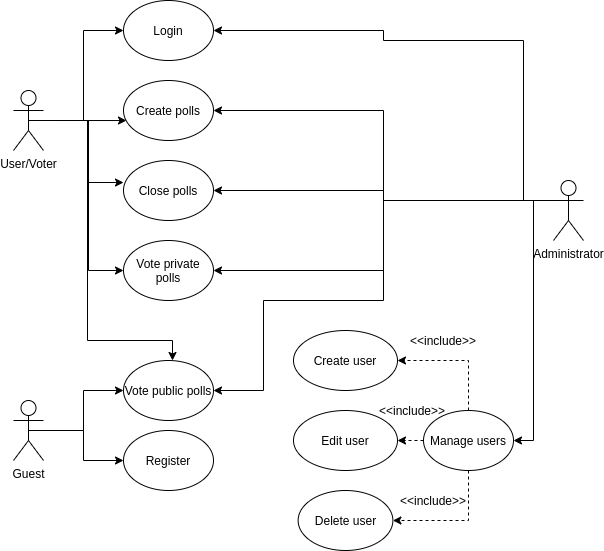
Above: designdocument/assets/usecases.png in DAT250-Project-Groups-1/Design-and-Prototyping-Assignment-A (draw.io), before the change. Source tidied: cells renumbered, new cells last; positions are measured from the earlier drawing's top-left corner, leaving out a move shared by most shapes. The source it was exported from:
```xml
<mxGraphModel>
  <root>
    <mxCell id="0" />
    <mxCell id="1" parent="0" />
    <mxCell id="2" style="edgeStyle=orthogonalEdgeStyle;rounded=0;jettySize=auto;html=1;entryX=0;entryY=0.5;entryDx=0;entryDy=0;" parent="1" edge="1" target="18">
      <mxGeometry relative="1" as="geometry">
        <mxPoint x="30" y="120" as="sourcePoint" />
        <Array as="points">
          <mxPoint x="30" y="120" />
          <mxPoint x="70" y="120" />
          <mxPoint x="70" y="30" />
        </Array>
      </mxGeometry>
    </mxCell>
    <mxCell id="3" style="edgeStyle=orthogonalEdgeStyle;rounded=0;jettySize=auto;html=1;exitX=0.5;exitY=0.5;exitDx=0;exitDy=0;exitPerimeter=0;entryX=0.033;entryY=0.667;entryDx=0;entryDy=0;entryPerimeter=0;" parent="1" edge="1" source="7" target="19">
      <mxGeometry relative="1" as="geometry" />
    </mxCell>
    <mxCell id="4" style="edgeStyle=orthogonalEdgeStyle;rounded=0;jettySize=auto;html=1;entryX=0;entryY=0.367;entryDx=0;entryDy=0;entryPerimeter=0;" parent="1" edge="1" target="21">
      <mxGeometry relative="1" as="geometry">
        <mxPoint x="40" y="120" as="sourcePoint" />
      </mxGeometry>
    </mxCell>
    <mxCell id="5" style="edgeStyle=orthogonalEdgeStyle;rounded=0;jettySize=auto;html=1;entryX=0;entryY=0.5;entryDx=0;entryDy=0;" parent="1" edge="1" target="23">
      <mxGeometry relative="1" as="geometry">
        <mxPoint x="40" y="120" as="sourcePoint" />
      </mxGeometry>
    </mxCell>
    <mxCell id="6" style="edgeStyle=orthogonalEdgeStyle;rounded=0;orthogonalLoop=1;jettySize=auto;html=1;exitX=0.5;exitY=0.5;exitDx=0;exitDy=0;exitPerimeter=0;entryX=0.5;entryY=0;entryDx=0;entryDy=0;" parent="1" edge="1">
      <mxGeometry relative="1" as="geometry">
        <mxPoint x="19" y="120" as="sourcePoint" />
        <mxPoint x="159" y="360" as="targetPoint" />
        <Array as="points">
          <mxPoint x="74" y="120" />
          <mxPoint x="74" y="340" />
          <mxPoint x="159" y="340" />
        </Array>
      </mxGeometry>
    </mxCell>
    <mxCell id="7" value="User/Voter" style="shape=umlActor;verticalLabelPosition=bottom;verticalAlign=top;html=1;outlineConnect=0;" parent="1" vertex="1">
      <mxGeometry y="90" width="30" height="60" as="geometry" />
    </mxCell>
    <mxCell id="8" style="edgeStyle=orthogonalEdgeStyle;rounded=0;jettySize=auto;html=1;exitX=0;exitY=0.3333333333333333;exitDx=0;exitDy=0;exitPerimeter=0;entryX=1;entryY=0.5;entryDx=0;entryDy=0;" parent="1" edge="1" source="14" target="27">
      <mxGeometry relative="1" as="geometry" />
    </mxCell>
    <mxCell id="9" style="edgeStyle=orthogonalEdgeStyle;rounded=0;jettySize=auto;html=1;entryX=1;entryY=0.5;entryDx=0;entryDy=0;" parent="1" edge="1" target="18">
      <mxGeometry relative="1" as="geometry">
        <mxPoint x="530" y="200" as="sourcePoint" />
        <Array as="points">
          <mxPoint x="530" y="200" />
          <mxPoint x="510" y="200" />
          <mxPoint x="510" y="40" />
          <mxPoint x="370" y="40" />
          <mxPoint x="370" y="30" />
        </Array>
      </mxGeometry>
    </mxCell>
    <mxCell id="10" style="edgeStyle=orthogonalEdgeStyle;rounded=0;jettySize=auto;html=1;exitX=0;exitY=0.3333333333333333;exitDx=0;exitDy=0;exitPerimeter=0;entryX=1;entryY=0.5;entryDx=0;entryDy=0;" parent="1" edge="1" source="14" target="19">
      <mxGeometry relative="1" as="geometry" />
    </mxCell>
    <mxCell id="11" style="edgeStyle=orthogonalEdgeStyle;rounded=0;jettySize=auto;html=1;exitX=0;exitY=0.3333333333333333;exitDx=0;exitDy=0;exitPerimeter=0;entryX=1;entryY=0.5;entryDx=0;entryDy=0;" parent="1" edge="1" source="14" target="21">
      <mxGeometry relative="1" as="geometry" />
    </mxCell>
    <mxCell id="12" style="edgeStyle=orthogonalEdgeStyle;rounded=0;jettySize=auto;html=1;exitX=0;exitY=0.3333333333333333;exitDx=0;exitDy=0;exitPerimeter=0;entryX=1;entryY=0.5;entryDx=0;entryDy=0;" parent="1" edge="1" source="14" target="23">
      <mxGeometry relative="1" as="geometry" />
    </mxCell>
    <mxCell id="13" style="edgeStyle=orthogonalEdgeStyle;rounded=0;jettySize=auto;html=1;exitX=0;exitY=0.3333333333333333;exitDx=0;exitDy=0;exitPerimeter=0;entryX=1;entryY=0.5;entryDx=0;entryDy=0;" parent="1" edge="1" source="14" target="22">
      <mxGeometry relative="1" as="geometry">
        <Array as="points">
          <mxPoint x="370" y="200" />
          <mxPoint x="370" y="300" />
          <mxPoint x="250" y="300" />
          <mxPoint x="250" y="390" />
        </Array>
      </mxGeometry>
    </mxCell>
    <mxCell id="14" value="Administrator&lt;br&gt;" style="shape=umlActor;verticalLabelPosition=bottom;verticalAlign=top;html=1;outlineConnect=0;" parent="1" vertex="1">
      <mxGeometry x="540" y="180" width="30" height="60" as="geometry" />
    </mxCell>
    <mxCell id="15" style="edgeStyle=orthogonalEdgeStyle;rounded=0;jettySize=auto;html=1;" parent="1" edge="1" target="20">
      <mxGeometry relative="1" as="geometry">
        <mxPoint x="30" y="430" as="sourcePoint" />
      </mxGeometry>
    </mxCell>
    <mxCell id="16" style="edgeStyle=orthogonalEdgeStyle;rounded=0;jettySize=auto;html=1;exitX=0.5;exitY=0.5;exitDx=0;exitDy=0;exitPerimeter=0;" parent="1" edge="1" source="17" target="22">
      <mxGeometry relative="1" as="geometry" />
    </mxCell>
    <mxCell id="17" value="Guest&lt;br&gt;" style="shape=umlActor;verticalLabelPosition=bottom;verticalAlign=top;html=1;outlineConnect=0;" parent="1" vertex="1">
      <mxGeometry y="400" width="30" height="60" as="geometry" />
    </mxCell>
    <mxCell id="18" value="Login" style="ellipse;whiteSpace=wrap;html=1;" parent="1" vertex="1">
      <mxGeometry x="110" width="90" height="60" as="geometry" />
    </mxCell>
    <mxCell id="19" value="Create polls" style="ellipse;whiteSpace=wrap;html=1;" parent="1" vertex="1">
      <mxGeometry x="110" y="80" width="90" height="60" as="geometry" />
    </mxCell>
    <mxCell id="20" value="Register" style="ellipse;whiteSpace=wrap;html=1;" parent="1" vertex="1">
      <mxGeometry x="110" y="430" width="90" height="60" as="geometry" />
    </mxCell>
    <mxCell id="21" value="Close polls" style="ellipse;whiteSpace=wrap;html=1;" parent="1" vertex="1">
      <mxGeometry x="110" y="160" width="90" height="60" as="geometry" />
    </mxCell>
    <mxCell id="22" value="Vote public polls" style="ellipse;whiteSpace=wrap;html=1;" parent="1" vertex="1">
      <mxGeometry x="110" y="360" width="90" height="60" as="geometry" />
    </mxCell>
    <mxCell id="23" value="Vote private polls" style="ellipse;whiteSpace=wrap;html=1;" parent="1" vertex="1">
      <mxGeometry x="110" y="240" width="90" height="60" as="geometry" />
    </mxCell>
    <mxCell id="24" style="edgeStyle=orthogonalEdgeStyle;rounded=0;jettySize=auto;html=1;exitX=0.5;exitY=0;exitDx=0;exitDy=0;entryX=1;entryY=0.5;entryDx=0;entryDy=0;dashed=1;" parent="1" edge="1" source="27" target="29">
      <mxGeometry relative="1" as="geometry" />
    </mxCell>
    <mxCell id="25" style="edgeStyle=orthogonalEdgeStyle;rounded=0;jettySize=auto;html=1;exitX=0;exitY=0.5;exitDx=0;exitDy=0;entryX=1;entryY=0.5;entryDx=0;entryDy=0;dashed=1;" parent="1" edge="1" source="27" target="30">
      <mxGeometry relative="1" as="geometry" />
    </mxCell>
    <mxCell id="26" style="edgeStyle=orthogonalEdgeStyle;rounded=0;jettySize=auto;html=1;exitX=0.5;exitY=1;exitDx=0;exitDy=0;entryX=1;entryY=0.5;entryDx=0;entryDy=0;dashed=1;" parent="1" edge="1" source="27" target="28">
      <mxGeometry relative="1" as="geometry" />
    </mxCell>
    <mxCell id="27" value="Manage users" style="ellipse;whiteSpace=wrap;html=1;" parent="1" vertex="1">
      <mxGeometry x="410" y="410" width="90" height="60" as="geometry" />
    </mxCell>
    <mxCell id="28" value="Delete user" style="ellipse;whiteSpace=wrap;html=1;" parent="1" vertex="1">
      <mxGeometry x="284.6" y="490" width="94.8" height="60" as="geometry" />
    </mxCell>
    <mxCell id="29" value="Create user" style="ellipse;whiteSpace=wrap;html=1;" parent="1" vertex="1">
      <mxGeometry x="280" y="330" width="104" height="60" as="geometry" />
    </mxCell>
    <mxCell id="30" value="Edit user" style="ellipse;whiteSpace=wrap;html=1;" parent="1" vertex="1">
      <mxGeometry x="280" y="410" width="104" height="60" as="geometry" />
    </mxCell>
    <mxCell id="31" value="&amp;lt;&amp;lt;include&amp;gt;&amp;gt;" style="text;html=1;strokeColor=none;fillColor=none;align=center;verticalAlign=middle;whiteSpace=wrap;rounded=0;" parent="1" vertex="1">
      <mxGeometry x="410" y="330" width="40" height="20" as="geometry" />
    </mxCell>
    <mxCell id="32" value="&amp;lt;&amp;lt;include&amp;gt;&amp;gt;" style="text;html=1;strokeColor=none;fillColor=none;align=center;verticalAlign=middle;whiteSpace=wrap;rounded=0;" parent="1" vertex="1">
      <mxGeometry x="400" y="490" width="40" height="20" as="geometry" />
    </mxCell>
    <mxCell id="33" value="&amp;lt;&amp;lt;include&amp;gt;&amp;gt;" style="text;html=1;strokeColor=none;fillColor=none;align=center;verticalAlign=middle;whiteSpace=wrap;rounded=0;" parent="1" vertex="1">
      <mxGeometry x="379.4" y="400" width="40" height="20" as="geometry" />
    </mxCell>
  </root>
</mxGraphModel>
```
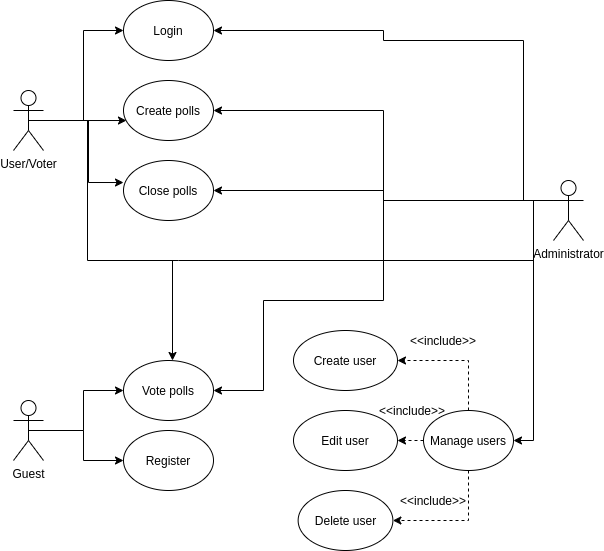
The same file after the commit.

The edit, as a diff of the source:
```diff
@@ -20,19 +20,14 @@
         <mxPoint x="40" y="120" as="sourcePoint" />
       </mxGeometry>
     </mxCell>
-    <mxCell id="5" style="edgeStyle=orthogonalEdgeStyle;rounded=0;jettySize=auto;html=1;entryX=0;entryY=0.5;entryDx=0;entryDy=0;" parent="1" edge="1" target="23">
-      <mxGeometry relative="1" as="geometry">
-        <mxPoint x="40" y="120" as="sourcePoint" />
-      </mxGeometry>
-    </mxCell>
     <mxCell id="6" style="edgeStyle=orthogonalEdgeStyle;rounded=0;orthogonalLoop=1;jettySize=auto;html=1;exitX=0.5;exitY=0.5;exitDx=0;exitDy=0;exitPerimeter=0;entryX=0.5;entryY=0;entryDx=0;entryDy=0;" parent="1" edge="1">
       <mxGeometry relative="1" as="geometry">
         <mxPoint x="19" y="120" as="sourcePoint" />
         <mxPoint x="159" y="360" as="targetPoint" />
         <Array as="points">
           <mxPoint x="74" y="120" />
-          <mxPoint x="74" y="340" />
-          <mxPoint x="159" y="340" />
+          <mxPoint x="74" y="260" />
+          <mxPoint x="159" y="260" />
         </Array>
       </mxGeometry>
     </mxCell>
@@ -60,8 +55,15 @@
     <mxCell id="11" style="edgeStyle=orthogonalEdgeStyle;rounded=0;jettySize=auto;html=1;exitX=0;exitY=0.3333333333333333;exitDx=0;exitDy=0;exitPerimeter=0;entryX=1;entryY=0.5;entryDx=0;entryDy=0;" parent="1" edge="1" source="14" target="21">
       <mxGeometry relative="1" as="geometry" />
     </mxCell>
-    <mxCell id="12" style="edgeStyle=orthogonalEdgeStyle;rounded=0;jettySize=auto;html=1;exitX=0;exitY=0.3333333333333333;exitDx=0;exitDy=0;exitPerimeter=0;entryX=1;entryY=0.5;entryDx=0;entryDy=0;" parent="1" edge="1" source="14" target="23">
-      <mxGeometry relative="1" as="geometry" />
+    <mxCell id="12" style="edgeStyle=orthogonalEdgeStyle;rounded=0;jettySize=auto;html=1;exitX=0;exitY=0.3333333333333333;exitDx=0;exitDy=0;exitPerimeter=0;endArrow=none;endFill=0;" parent="1" edge="1" source="14">
+      <mxGeometry relative="1" as="geometry">
+        <mxPoint x="155" y="260" as="targetPoint" />
+        <Array as="points">
+          <mxPoint x="520" y="200" />
+          <mxPoint x="520" y="260" />
+          <mxPoint x="165" y="260" />
+        </Array>
+      </mxGeometry>
     </mxCell>
     <mxCell id="13" style="edgeStyle=orthogonalEdgeStyle;rounded=0;jettySize=auto;html=1;exitX=0;exitY=0.3333333333333333;exitDx=0;exitDy=0;exitPerimeter=0;entryX=1;entryY=0.5;entryDx=0;entryDy=0;" parent="1" edge="1" source="14" target="22">
       <mxGeometry relative="1" as="geometry">
@@ -99,12 +101,9 @@
     <mxCell id="21" value="Close polls" style="ellipse;whiteSpace=wrap;html=1;" parent="1" vertex="1">
       <mxGeometry x="110" y="160" width="90" height="60" as="geometry" />
     </mxCell>
-    <mxCell id="22" value="Vote public polls" style="ellipse;whiteSpace=wrap;html=1;" parent="1" vertex="1">
+    <mxCell id="22" value="Vote polls" style="ellipse;whiteSpace=wrap;html=1;" parent="1" vertex="1">
       <mxGeometry x="110" y="360" width="90" height="60" as="geometry" />
     </mxCell>
-    <mxCell id="23" value="Vote private polls" style="ellipse;whiteSpace=wrap;html=1;" parent="1" vertex="1">
-      <mxGeometry x="110" y="240" width="90" height="60" as="geometry" />
-    </mxCell>
     <mxCell id="24" style="edgeStyle=orthogonalEdgeStyle;rounded=0;jettySize=auto;html=1;exitX=0.5;exitY=0;exitDx=0;exitDy=0;entryX=1;entryY=0.5;entryDx=0;entryDy=0;dashed=1;" parent="1" edge="1" source="27" target="29">
       <mxGeometry relative="1" as="geometry" />
     </mxCell>
```
